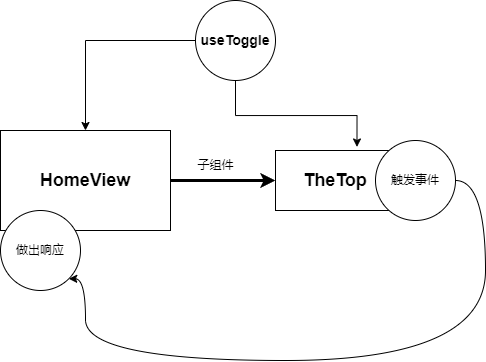
kokodayou2000/project-h5 keeps this draw.io diagram as doc/useToggle.drawio.png. Above is the earlier version. Source tidied: cells renumbered, new cells last; positions are measured from the earlier drawing's top-left corner, leaving out a move shared by most shapes.
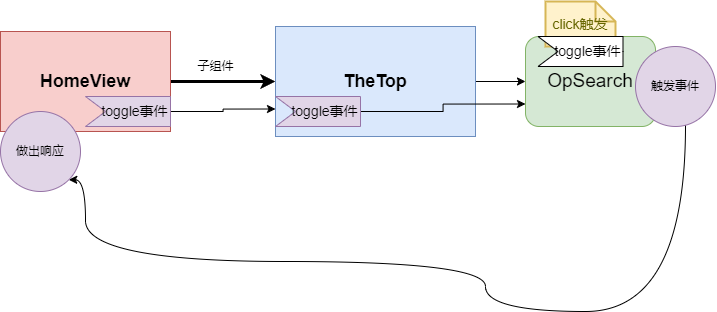
After the commit.

The edit, as a diff of the source:
```diff
@@ -5,20 +5,14 @@
     <mxCell id="2" style="edgeStyle=orthogonalEdgeStyle;rounded=0;jettySize=auto;html=1;strokeWidth=3;" parent="1" edge="1" source="3" target="7">
       <mxGeometry relative="1" as="geometry" />
     </mxCell>
-    <mxCell id="3" value="HomeView" style="rounded=0;whiteSpace=wrap;html=1;fontSize=18;fontStyle=1;" parent="1" vertex="1">
+    <mxCell id="3" value="HomeView" style="rounded=0;whiteSpace=wrap;html=1;fontSize=18;fontStyle=1;fillColor=#f8cecc;strokeColor=#b85450;" parent="1" vertex="1">
       <mxGeometry y="130" width="170" height="100" as="geometry" />
     </mxCell>
-    <mxCell id="4" style="edgeStyle=orthogonalEdgeStyle;rounded=0;jettySize=auto;html=1;" parent="1" edge="1" source="6" target="3">
-      <mxGeometry relative="1" as="geometry" />
-    </mxCell>
-    <mxCell id="5" style="edgeStyle=orthogonalEdgeStyle;rounded=0;jettySize=auto;html=1;entryX=0.679;entryY=-0.059;entryDx=0;entryDy=0;entryPerimeter=0;" parent="1" edge="1" source="6" target="7">
-      <mxGeometry relative="1" as="geometry" />
-    </mxCell>
-    <mxCell id="6" value="useToggle" style="ellipse;whiteSpace=wrap;html=1;fontSize=14;fontStyle=1;" parent="1" vertex="1">
-      <mxGeometry x="195" width="80" height="80" as="geometry" />
-    </mxCell>
+    <mxCell id="12" style="edgeStyle=orthogonalEdgeStyle;rounded=0;jettySize=auto;html=1;" parent="1" edge="1" source="7" target="13">
+      <mxGeometry relative="1" as="geometry" />
+    </mxCell>
-    <mxCell id="7" value="TheTop" style="whiteSpace=wrap;html=1;fontSize=18;rounded=0;fontStyle=1;" parent="1" vertex="1">
-      <mxGeometry x="275" y="150" width="120" height="60" as="geometry" />
+    <mxCell id="7" value="TheTop" style="whiteSpace=wrap;html=1;fontSize=18;rounded=0;fontStyle=1;fillColor=#dae8fc;strokeColor=#6c8ebf;" parent="1" vertex="1">
+      <mxGeometry x="275" y="125" width="200" height="110" as="geometry" />
     </mxCell>
     <mxCell id="8" value="子组件" style="text;html=1;align=center;verticalAlign=middle;strokeColor=none;fillColor=none;" parent="1" vertex="1">
       <mxGeometry x="185" y="150" width="60" height="30" as="geometry" />
@@ -26,18 +20,40 @@
     <mxCell id="9" style="edgeStyle=orthogonalEdgeStyle;rounded=0;jettySize=auto;html=1;elbow=vertical;curved=1;entryX=1;entryY=1;entryDx=0;entryDy=0;" parent="1" edge="1" source="10" target="11">
       <mxGeometry relative="1" as="geometry">
         <Array as="points">
-          <mxPoint x="485" y="180" />
+          <mxPoint x="685" y="410" />
+          <mxPoint x="485" y="410" />
           <mxPoint x="485" y="360" />
           <mxPoint x="85" y="360" />
           <mxPoint x="85" y="278" />
         </Array>
       </mxGeometry>
     </mxCell>
+    <mxCell id="11" value="做出响应" style="ellipse;whiteSpace=wrap;html=1;fillColor=#e1d5e7;strokeColor=#9673a6;" parent="1" vertex="1">
+      <mxGeometry y="210" width="80" height="80" as="geometry" />
+    </mxCell>
+    <mxCell id="13" value="OpSearch" style="rounded=1;whiteSpace=wrap;html=1;fontSize=19;fillColor=#d5e8d4;strokeColor=#82b366;" parent="1" vertex="1">
+      <mxGeometry x="525" y="135" width="130" height="90" as="geometry" />
+    </mxCell>
-    <mxCell id="10" value="触发事件" style="ellipse;whiteSpace=wrap;html=1;" parent="1" vertex="1">
-      <mxGeometry x="375" y="140" width="80" height="80" as="geometry" />
+    <mxCell id="10" value="触发事件" style="ellipse;whiteSpace=wrap;html=1;fillColor=#e1d5e7;strokeColor=#9673a6;" parent="1" vertex="1">
+      <mxGeometry x="635" y="145" width="80" height="80" as="geometry" />
     </mxCell>
-    <mxCell id="11" value="做出响应" style="ellipse;whiteSpace=wrap;html=1;" parent="1" vertex="1">
-      <mxGeometry y="210" width="80" height="80" as="geometry" />
-    </mxCell>
+    <mxCell id="14" value="click触发" style="shape=note;strokeWidth=2;fontSize=14;size=20;whiteSpace=wrap;html=1;fillColor=#fff2cc;strokeColor=#d6b656;fontColor=#666600;" parent="1" vertex="1">
+      <mxGeometry x="545" y="100" width="70" height="45" as="geometry" />
+    </mxCell>
+    <mxCell id="15" style="edgeStyle=orthogonalEdgeStyle;rounded=0;jettySize=auto;html=1;entryX=0;entryY=0.75;entryDx=0;entryDy=0;" parent="1" edge="1" source="16" target="7">
+      <mxGeometry relative="1" as="geometry" />
+    </mxCell>
+    <mxCell id="16" value="toggle事件" style="html=1;shape=mxgraph.infographic.ribbonSimple;notch1=20;notch2=0;align=center;verticalAlign=middle;fontSize=14;fontStyle=0;fillColor=#e1d5e7;flipH=0;spacingRight=0;spacingLeft=14;whiteSpace=wrap;strokeColor=#9673a6;" parent="1" vertex="1">
+      <mxGeometry x="85" y="195" width="85" height="30" as="geometry" />
+    </mxCell>
+    <mxCell id="17" style="edgeStyle=orthogonalEdgeStyle;rounded=0;jettySize=auto;html=1;entryX=0;entryY=0.75;entryDx=0;entryDy=0;" parent="1" edge="1" source="18" target="13">
+      <mxGeometry relative="1" as="geometry" />
+    </mxCell>
+    <mxCell id="18" value="toggle事件" style="html=1;shape=mxgraph.infographic.ribbonSimple;notch1=20;notch2=0;align=center;verticalAlign=middle;fontSize=14;fontStyle=0;fillColor=#e1d5e7;flipH=0;spacingRight=0;spacingLeft=14;whiteSpace=wrap;strokeColor=#9673a6;" parent="1" vertex="1">
+      <mxGeometry x="275" y="195" width="85" height="30" as="geometry" />
+    </mxCell>
+    <mxCell id="19" value="toggle事件" style="html=1;shape=mxgraph.infographic.ribbonSimple;notch1=20;notch2=0;align=center;verticalAlign=middle;fontSize=14;fontStyle=0;fillColor=#FFFFFF;flipH=0;spacingRight=0;spacingLeft=14;whiteSpace=wrap;" parent="1" vertex="1">
+      <mxGeometry x="537.5" y="135" width="85" height="30" as="geometry" />
+    </mxCell>
   </root>
 </mxGraphModel>
```
